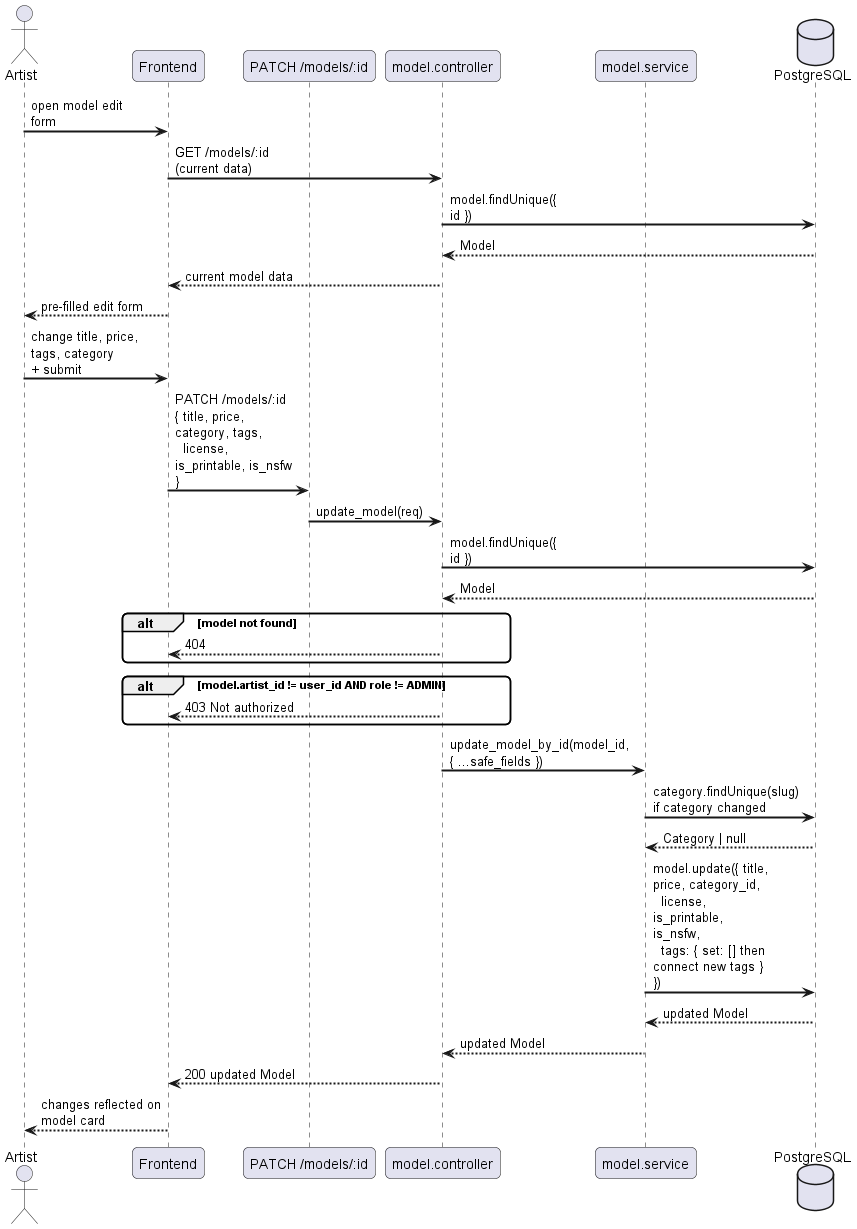
Earlier version of the PlantUML export docs/diagrams/exports/sequence/catalog/sequence_model_update.png (Schryzon/3Dex).
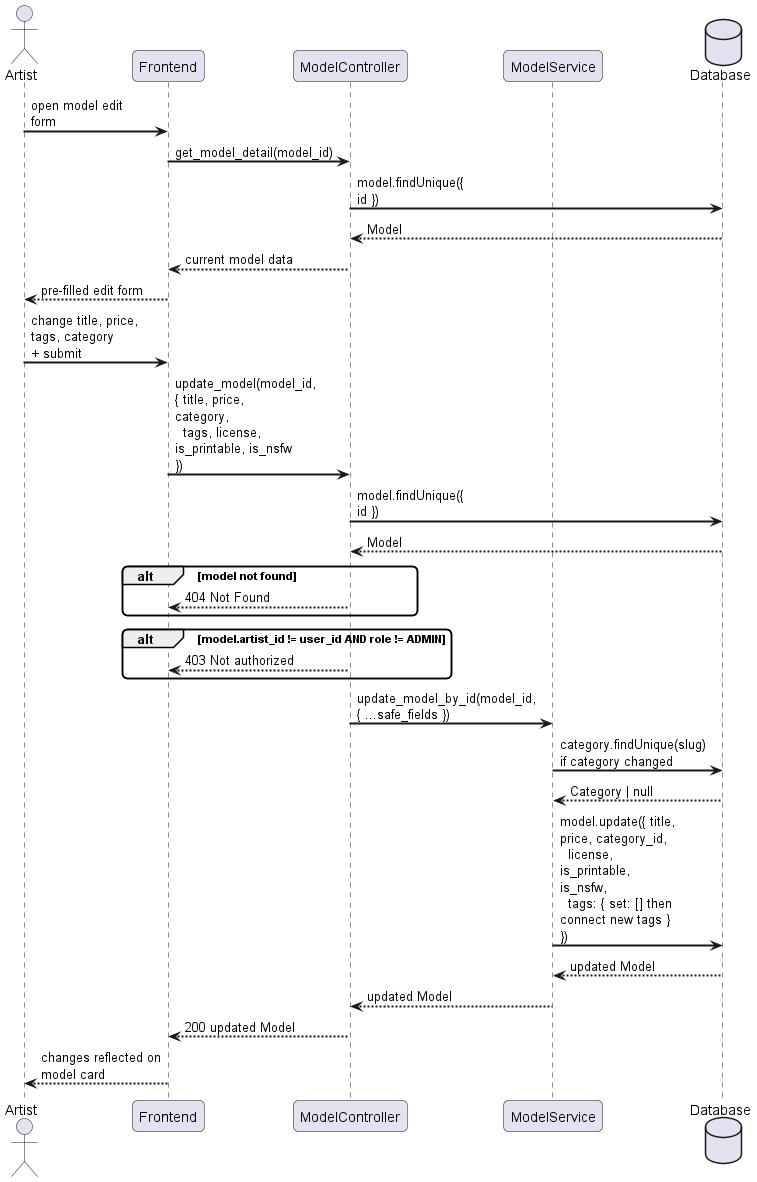
The same diagram one commit later.

Diff of the diagram source:
```diff
@@ -5,25 +5,23 @@
 
 actor "Artist" as A
 participant "Frontend" as FE
-participant "PATCH /models/:id" as API
-participant "model.controller" as MC
-participant "model.service" as MS
-database "PostgreSQL" as DB
+participant "ModelController" as MC
+participant "ModelService" as MS
+database "Database" as DB
 
 A -> FE : open model edit form
-FE -> MC : GET /models/:id (current data)
+FE -> MC : get_model_detail(model_id)
 MC -> DB : model.findUnique({ id })
 DB --> MC : Model
 MC --> FE : current model data
 FE --> A : pre-filled edit form
 
 A -> FE : change title, price, tags, category\n+ submit
-FE -> API : PATCH /models/:id\n{ title, price, category, tags,\n  license, is_printable, is_nsfw }
-API -> MC : update_model(req)
+FE -> MC : update_model(model_id, { title, price, category,\n  tags, license, is_printable, is_nsfw })
 MC -> DB : model.findUnique({ id })
 DB --> MC : Model
 alt model not found
-    MC --> FE : 404
+    MC --> FE : 404 Not Found
 end
 alt model.artist_id != user_id AND role != ADMIN
     MC --> FE : 403 Not authorized
```
